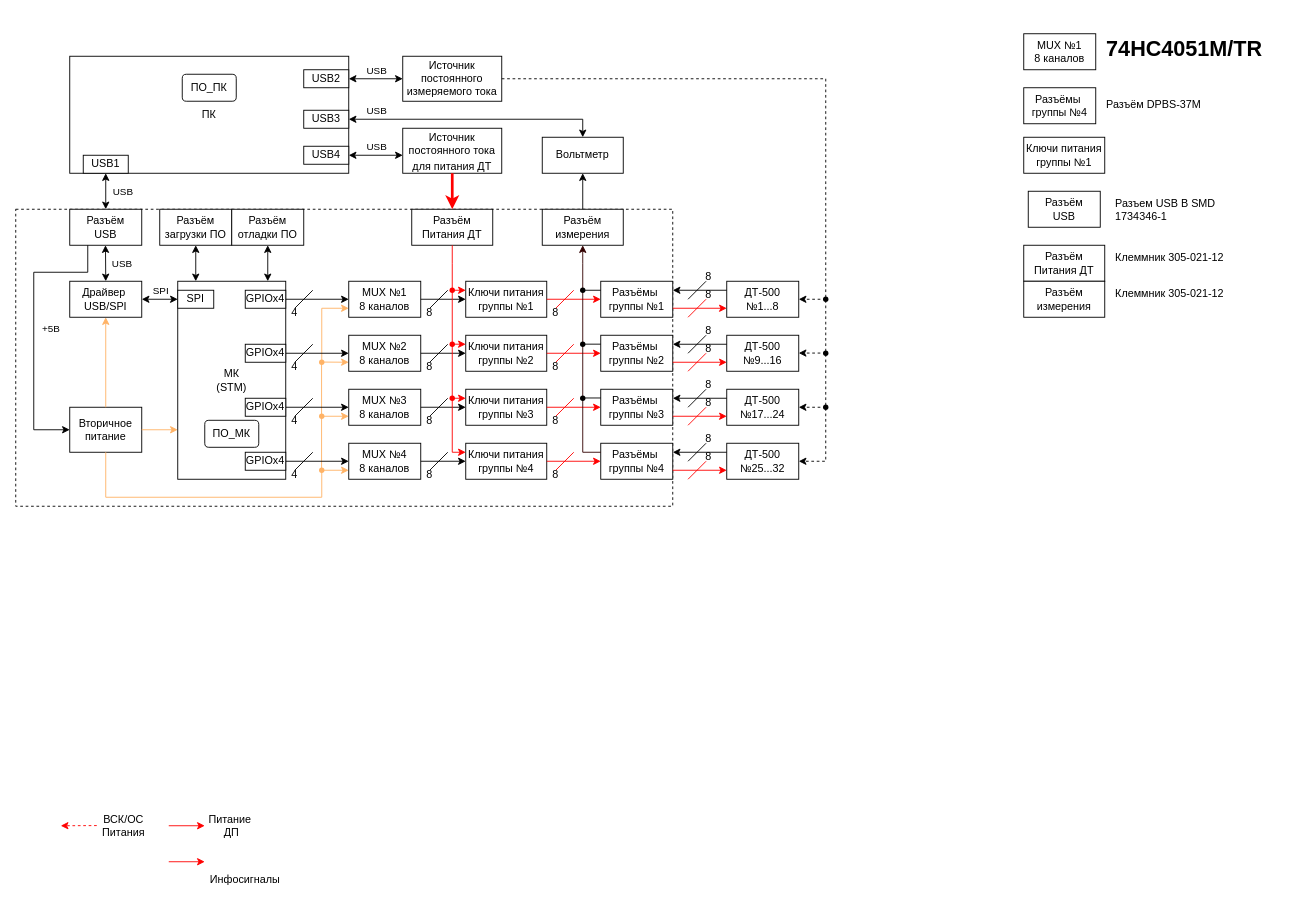
This is page "Копия Версия 1" (2 of 2) of 1 Beschreibung/Архитектура стенда УПП.drawio from SkyEngineer/sensor_current_stand, a draw.io file, before an edit. Source tidied: cells renumbered, new cells numbered last; positions are measured from the earlier drawing's top-left corner, leaving out a move shared by most shapes. Both pictures are drawn from the tidied source at 90%, with x=0, y=0 at pixel (15, 15).
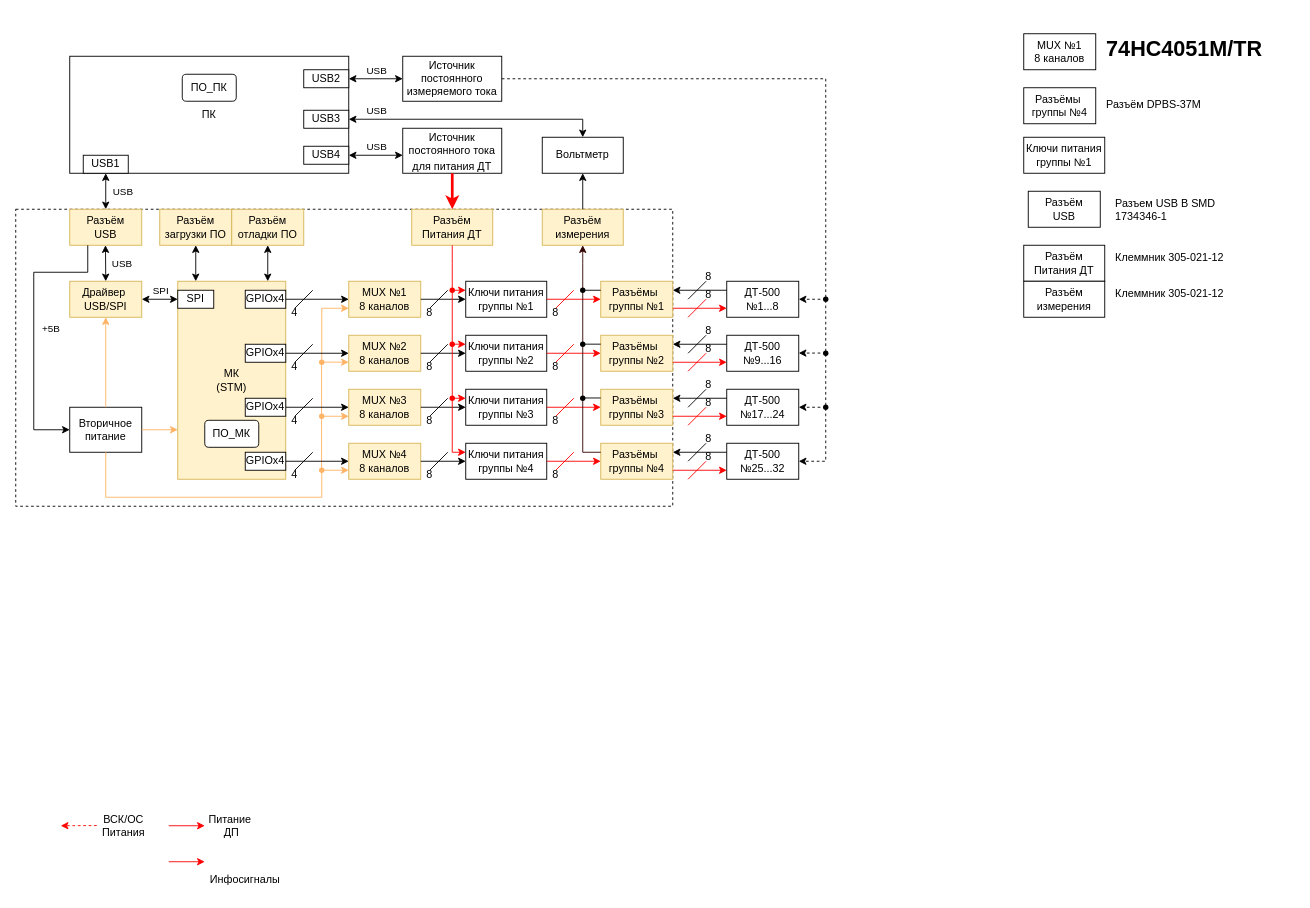
Above is the later version.

What changed in the source:
```diff
@@
-    <mxCell id="3" value="Драйвер&amp;nbsp;&lt;div&gt;USB/SPI&lt;/div&gt;" style="rounded=0;whiteSpace=wrap;html=1;" parent="1" vertex="1">
+    <mxCell id="3" value="Драйвер&amp;nbsp;&lt;div&gt;USB/SPI&lt;/div&gt;" style="rounded=0;whiteSpace=wrap;html=1;fillColor=#fff2cc;strokeColor=#d6b656;" parent="1" vertex="1">
       <mxGeometry x="60" y="295" width="80" height="40" as="geometry" />
     </mxCell>
@@
-    <mxCell id="6" value="МК&lt;div&gt;(STM)&lt;/div&gt;" style="rounded=0;whiteSpace=wrap;html=1;" parent="1" vertex="1">
+    <mxCell id="6" value="МК&lt;div&gt;(STM)&lt;/div&gt;" style="rounded=0;whiteSpace=wrap;html=1;fillColor=#fff2cc;strokeColor=#d6b656;" parent="1" vertex="1">
       <mxGeometry x="180" y="295" width="120" height="220" as="geometry" />
     </mxCell>
@@
-    <mxCell id="8" value="MUX №1&lt;div&gt;8 каналов&lt;/div&gt;" style="rounded=0;whiteSpace=wrap;html=1;" parent="1" vertex="1">
+    <mxCell id="8" value="MUX №1&lt;div&gt;8 каналов&lt;/div&gt;" style="rounded=0;whiteSpace=wrap;html=1;fillColor=#fff2cc;strokeColor=#d6b656;" parent="1" vertex="1">
       <mxGeometry x="370" y="295" width="80" height="40" as="geometry" />
     </mxCell>
@@
-    <mxCell id="17" value="&lt;div&gt;Разъём&lt;/div&gt;загрузки ПО" style="rounded=0;whiteSpace=wrap;html=1;" parent="1" vertex="1">
+    <mxCell id="17" value="&lt;div&gt;Разъём&lt;/div&gt;загрузки ПО" style="rounded=0;whiteSpace=wrap;html=1;fillColor=#fff2cc;strokeColor=#d6b656;" parent="1" vertex="1">
       <mxGeometry x="160" y="215" width="80" height="40" as="geometry" />
     </mxCell>
@@
-    <mxCell id="21" value="MUX&amp;nbsp;№2&lt;div&gt;8 каналов&lt;/div&gt;" style="rounded=0;whiteSpace=wrap;html=1;" parent="1" vertex="1">
+    <mxCell id="21" value="MUX&amp;nbsp;№2&lt;div&gt;8 каналов&lt;/div&gt;" style="rounded=0;whiteSpace=wrap;html=1;fillColor=#fff2cc;strokeColor=#d6b656;" parent="1" vertex="1">
       <mxGeometry x="370" y="355" width="80" height="40" as="geometry" />
     </mxCell>
-    <mxCell id="22" value="MUX&amp;nbsp;№3&lt;div&gt;8 каналов&lt;/div&gt;" style="rounded=0;whiteSpace=wrap;html=1;" parent="1" vertex="1">
+    <mxCell id="22" value="MUX&amp;nbsp;№3&lt;div&gt;8 каналов&lt;/div&gt;" style="rounded=0;whiteSpace=wrap;html=1;fillColor=#fff2cc;strokeColor=#d6b656;" parent="1" vertex="1">
       <mxGeometry x="370" y="415" width="80" height="40" as="geometry" />
     </mxCell>
-    <mxCell id="23" value="MUX&amp;nbsp;№4&lt;div&gt;8 каналов&lt;/div&gt;" style="rounded=0;whiteSpace=wrap;html=1;" parent="1" vertex="1">
+    <mxCell id="23" value="MUX&amp;nbsp;№4&lt;div&gt;8 каналов&lt;/div&gt;" style="rounded=0;whiteSpace=wrap;html=1;fillColor=#fff2cc;strokeColor=#d6b656;" parent="1" vertex="1">
       <mxGeometry x="370" y="475" width="80" height="40" as="geometry" />
     </mxCell>
-    <mxCell id="24" value="&lt;div&gt;Разъём&lt;/div&gt;&lt;div&gt;Питания ДТ&lt;/div&gt;" style="rounded=0;whiteSpace=wrap;html=1;" parent="1" vertex="1">
+    <mxCell id="24" value="&lt;div&gt;Разъём&lt;/div&gt;&lt;div&gt;Питания ДТ&lt;/div&gt;" style="rounded=0;whiteSpace=wrap;html=1;fillColor=#fff2cc;strokeColor=#d6b656;" parent="1" vertex="1">
       <mxGeometry x="440" y="215" width="90" height="40" as="geometry" />
     </mxCell>
-    <mxCell id="25" value="&lt;div&gt;Разъём&lt;/div&gt;&lt;div&gt;USB&lt;/div&gt;" style="rounded=0;whiteSpace=wrap;html=1;" parent="1" vertex="1">
+    <mxCell id="25" value="&lt;div&gt;Разъём&lt;/div&gt;&lt;div&gt;USB&lt;/div&gt;" style="rounded=0;whiteSpace=wrap;html=1;fillColor=#fff2cc;strokeColor=#d6b656;" parent="1" vertex="1">
       <mxGeometry x="60" y="215" width="80" height="40" as="geometry" />
     </mxCell>
@@
-    <mxCell id="39" value="&lt;div&gt;Разъём&lt;/div&gt;отладки ПО" style="rounded=0;whiteSpace=wrap;html=1;" parent="1" vertex="1">
+    <mxCell id="39" value="&lt;div&gt;Разъём&lt;/div&gt;отладки ПО" style="rounded=0;whiteSpace=wrap;html=1;fillColor=#fff2cc;strokeColor=#d6b656;" parent="1" vertex="1">
       <mxGeometry x="240" y="215" width="80" height="40" as="geometry" />
     </mxCell>
@@
-    <mxCell id="52" value="&lt;div&gt;Разъём&lt;/div&gt;&lt;div&gt;измерения&lt;/div&gt;" style="rounded=0;whiteSpace=wrap;html=1;" parent="1" vertex="1">
+    <mxCell id="52" value="&lt;div&gt;Разъём&lt;/div&gt;&lt;div&gt;измерения&lt;/div&gt;" style="rounded=0;whiteSpace=wrap;html=1;fillColor=#fff2cc;strokeColor=#d6b656;" parent="1" vertex="1">
       <mxGeometry x="585" y="215" width="90" height="40" as="geometry" />
     </mxCell>
-    <mxCell id="53" value="&lt;div&gt;Разъёмы&amp;nbsp;&lt;/div&gt;&lt;div&gt;группы №1&lt;/div&gt;" style="rounded=0;whiteSpace=wrap;html=1;" parent="1" vertex="1">
+    <mxCell id="53" value="&lt;div&gt;Разъёмы&amp;nbsp;&lt;/div&gt;&lt;div&gt;группы №1&lt;/div&gt;" style="rounded=0;whiteSpace=wrap;html=1;fillColor=#fff2cc;strokeColor=#d6b656;" parent="1" vertex="1">
       <mxGeometry x="650" y="295" width="80" height="40" as="geometry" />
     </mxCell>
@@
-    <mxCell id="105" value="&lt;div&gt;Разъёмы&amp;nbsp;&lt;/div&gt;&lt;div&gt;группы №2&lt;/div&gt;" style="rounded=0;whiteSpace=wrap;html=1;" parent="1" vertex="1">
+    <mxCell id="105" value="&lt;div&gt;Разъёмы&amp;nbsp;&lt;/div&gt;&lt;div&gt;группы №2&lt;/div&gt;" style="rounded=0;whiteSpace=wrap;html=1;fillColor=#fff2cc;strokeColor=#d6b656;" parent="1" vertex="1">
       <mxGeometry x="650" y="355" width="80" height="40" as="geometry" />
     </mxCell>
@@
-    <mxCell id="112" value="&lt;div&gt;Разъёмы&amp;nbsp;&lt;/div&gt;&lt;div&gt;группы №3&lt;/div&gt;" style="rounded=0;whiteSpace=wrap;html=1;" parent="1" vertex="1">
+    <mxCell id="112" value="&lt;div&gt;Разъёмы&amp;nbsp;&lt;/div&gt;&lt;div&gt;группы №3&lt;/div&gt;" style="rounded=0;whiteSpace=wrap;html=1;fillColor=#fff2cc;strokeColor=#d6b656;" parent="1" vertex="1">
       <mxGeometry x="650" y="415" width="80" height="40" as="geometry" />
     </mxCell>
@@
-    <mxCell id="119" value="&lt;div&gt;Разъёмы&amp;nbsp;&lt;/div&gt;&lt;div&gt;группы №4&lt;/div&gt;" style="rounded=0;whiteSpace=wrap;html=1;" parent="1" vertex="1">
+    <mxCell id="119" value="&lt;div&gt;Разъёмы&amp;nbsp;&lt;/div&gt;&lt;div&gt;группы №4&lt;/div&gt;" style="rounded=0;whiteSpace=wrap;html=1;fillColor=#fff2cc;strokeColor=#d6b656;" parent="1" vertex="1">
       <mxGeometry x="650" y="475" width="80" height="40" as="geometry" />
     </mxCell>
```
